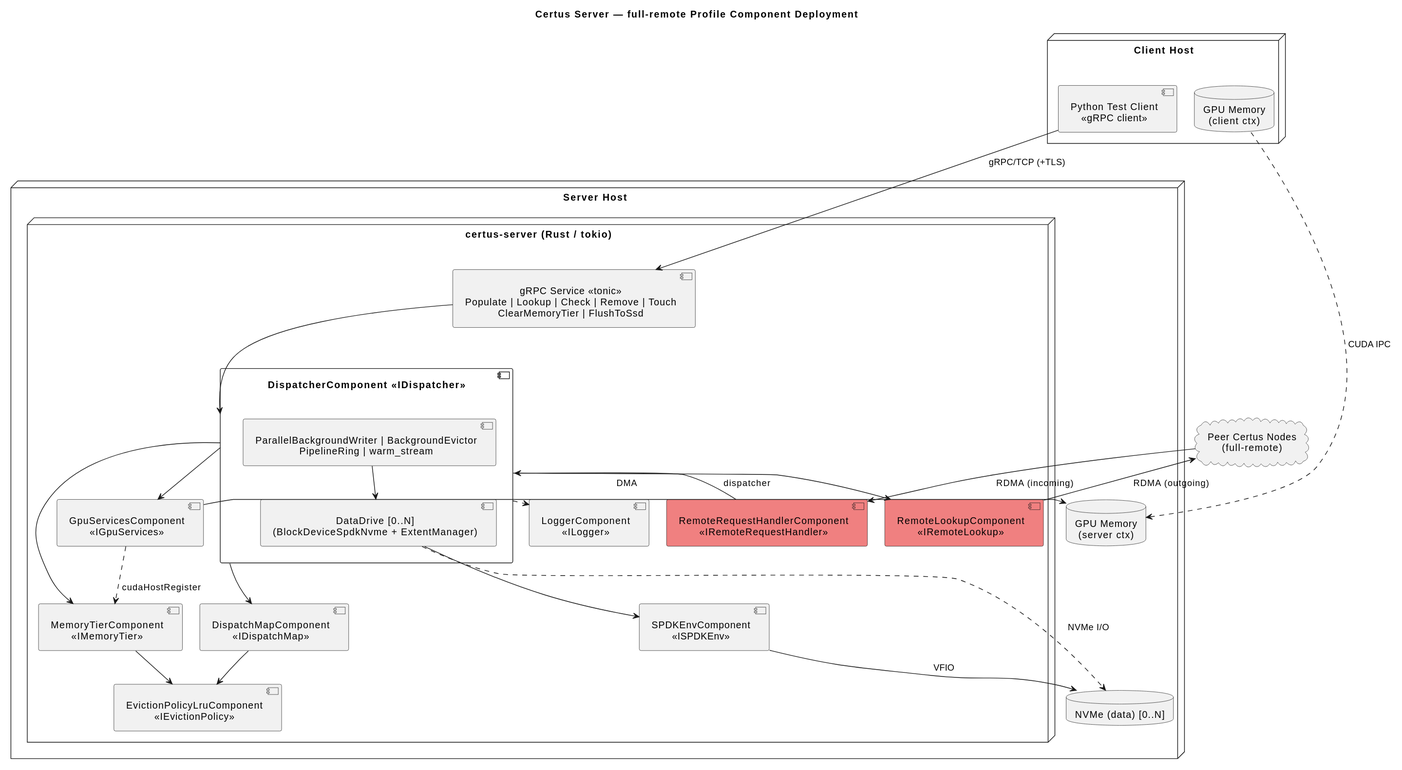
Before: design/profiles/full-remote/certus-server-deployment.svg, a diagram exported from PlantUML (AI-native-Systems-Research/ai-native-storage-certus).
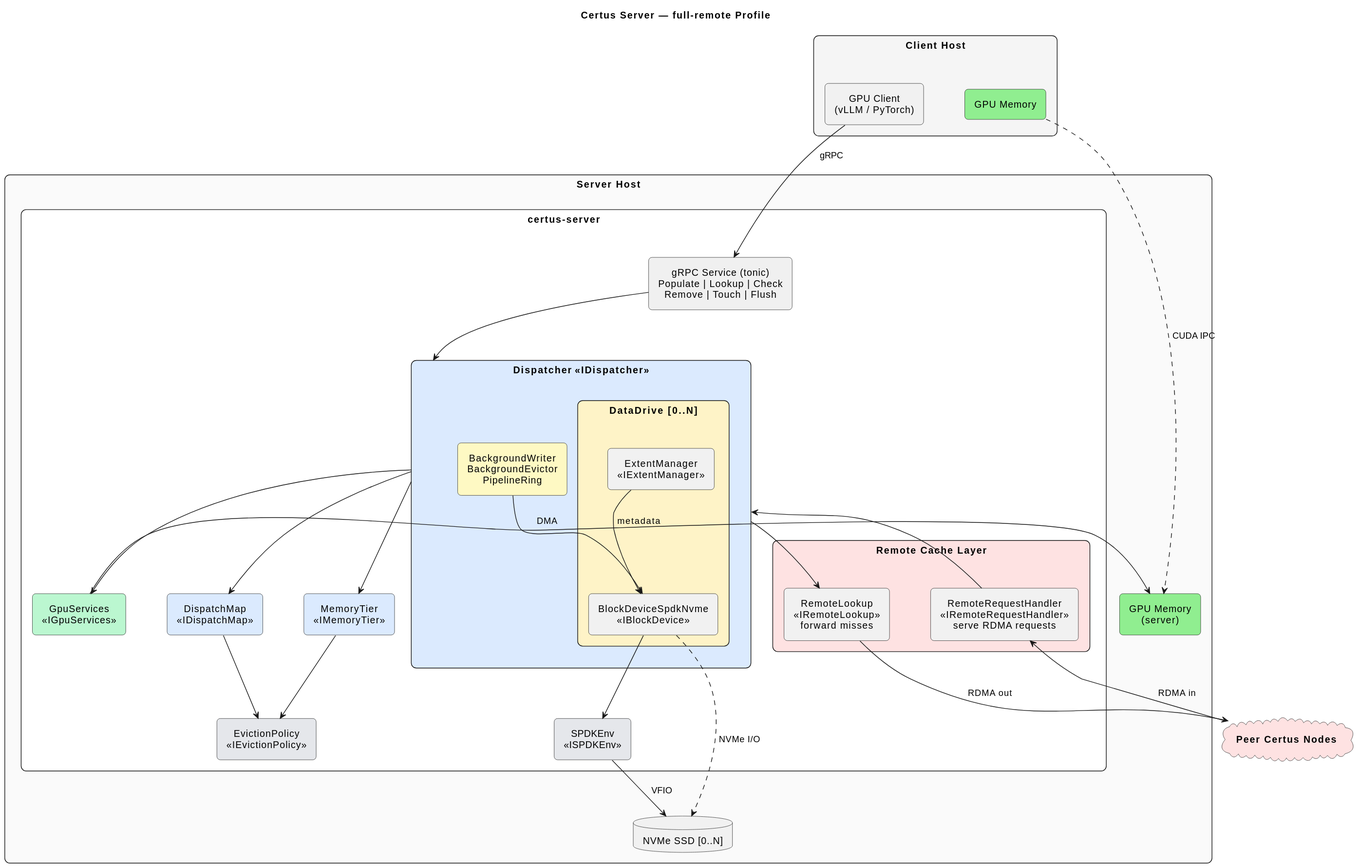
After the commit.

Commit message:
fix: improve deployment diagram layout and show DataDrive internals

Switch to rounded-rectangle style (no UML cubes), color-coded by
function. Show BlockDeviceSpdkNvme and ExtentManager embedded inside
DataDrive within the Dispatcher. Increased spacing to reduce arrow
overlap.

What changed in the source:
```diff
@@ -1,72 +1,80 @@
 @startuml
 skinparam defaultTextAlignment center
-skinparam padding 3
-skinparam nodesep 25
-skinparam ranksep 25
+skinparam padding 4
+skinparam nodesep 60
+skinparam ranksep 50
+skinparam rectangle {
+    RoundCorner 15
+}
+skinparam agent {
+    RoundCorner 10
+}
+hide stereotype
 
-title Certus Server — full-remote Profile Component Deployment
+title Certus Server — full-remote Profile
 
-node "Client Host" {
-    component "Python Test Client\n<<gRPC client>>" as pyclient
-    database "GPU Memory\n(client ctx)" as client_gpu
-    pyclient -right[hidden]- client_gpu
+rectangle "**Client Host**" as client_box #F5F5F5 {
+    agent "GPU Client\n(vLLM / PyTorch)" as pyclient
+    agent "GPU Memory" as client_gpu #LightGreen
 }
 
-node "Server Host" {
+rectangle "**Server Host**" as server_box #FAFAFA {
 
-    node "certus-server (Rust / tokio)" {
+    rectangle "certus-server" as server_proc #White {
 
-        component "gRPC Service <<tonic>>\nPopulate | Lookup | Check | Remove | Touch\nClearMemoryTier | FlushToSsd" as grpc
+        agent "gRPC Service (tonic)\nPopulate | Lookup | Check\nRemove | Touch | Flush" as grpc #F0F0F0
 
-        component "DispatcherComponent <<IDispatcher>>" as dispatcher {
-            component "ParallelBackgroundWriter | BackgroundEvictor\nPipelineRing | warm_stream" as disp_bg
-            component "DataDrive [0..N]\n(BlockDeviceSpdkNvme + ExtentManager)" as data_drive
+        rectangle "**Dispatcher** <<IDispatcher>>" as dispatcher #DBEAFE {
+            rectangle "DataDrive [0..N]" as data_drive #FEF3C7 {
+                agent "BlockDeviceSpdkNvme\n<<IBlockDevice>>" as blkdev
+                agent "ExtentManager\n<<IExtentManager>>" as extmgr
+            }
+            agent "BackgroundWriter\nBackgroundEvictor\nPipelineRing" as disp_bg #FEF9C3
         }
 
-        component "DispatchMapComponent\n<<IDispatchMap>>" as dispatch_map
-        component "MemoryTierComponent\n<<IMemoryTier>>" as memory_tier
-        component "EvictionPolicyLruComponent\n<<IEvictionPolicy>>" as eviction
-        component "GpuServicesComponent\n<<IGpuServices>>" as gpu_svc
-        component "LoggerComponent\n<<ILogger>>" as logger
+        agent "DispatchMap\n<<IDispatchMap>>" as dispatch_map #DBEAFE
+        agent "MemoryTier\n<<IMemoryTier>>" as memory_tier #DBEAFE
+        agent "EvictionPolicy\n<<IEvictionPolicy>>" as eviction #E5E7EB
+        agent "GpuServices\n<<IGpuServices>>" as gpu_svc #BBF7D0
+        agent "SPDKEnv\n<<ISPDKEnv>>" as spdk_env #E5E7EB
 
-        component "SPDKEnvComponent\n<<ISPDKEnv>>" as spdk_env
-
-        component "RemoteLookupComponent\n<<IRemoteLookup>>" as remote_lookup #LightCoral
-        component "RemoteRequestHandlerComponent\n<<IRemoteRequestHandler>>" as remote_handler #LightCoral
+        rectangle "**Remote Cache Layer**" as remote_box #FEE2E2 {
+            agent "RemoteLookup\n<<IRemoteLookup>>\nforward misses" as remote_lookup
+            agent "RemoteRequestHandler\n<<IRemoteRequestHandler>>\nserve RDMA requests" as remote_handler
+        }
     }
 
-    database "GPU Memory\n(server ctx)" as server_gpu
-    database "NVMe (data) [0..N]" as nvme_data
+    agent "GPU Memory\n(server)" as server_gpu #LightGreen
+    database "NVMe SSD [0..N]" as nvme_data
 }
 
-cloud "Peer Certus Nodes\n(full-remote)" as peers
+cloud "**Peer Certus Nodes**" as peers #FEE2E2
 
 
-pyclient -down-> grpc : "gRPC/TCP (+TLS)"
-client_gpu .down.> server_gpu : "CUDA IPC"
+pyclient -down-> grpc : gRPC
+client_gpu .down.> server_gpu : CUDA IPC
 
 grpc -down-> dispatcher
 
 dispatcher -down-> dispatch_map
 dispatcher -down-> memory_tier
 dispatcher -down-> gpu_svc
-dispatcher -down-> remote_lookup
-dispatcher ..> logger
-data_drive -down-> spdk_env
-
-disp_bg -down-> data_drive
+dispatcher -right-> remote_lookup
 
 dispatch_map -down-> eviction
-
 memory_tier -down-> eviction
 
-remote_handler -up-> dispatcher : "dispatcher"
-remote_lookup -down-> peers : "RDMA (outgoing)"
-peers -down-> remote_handler : "RDMA (incoming)"
+disp_bg --> blkdev
+blkdev -down-> spdk_env
+extmgr --> blkdev : metadata
 
-gpu_svc -right-> server_gpu : "DMA"
-gpu_svc .down.> memory_tier : "cudaHostRegister"
+remote_handler -up-> dispatcher
 
-spdk_env -down-> nvme_data : "VFIO"
-data_drive ..> nvme_data : "NVMe I/O"
+gpu_svc -right-> server_gpu : DMA
+
+spdk_env -down-> nvme_data : VFIO
+blkdev .down.> nvme_data : NVMe I/O
+
+remote_lookup -down-> peers : RDMA out
+peers -up-> remote_handler : RDMA in
 @enduml
```
